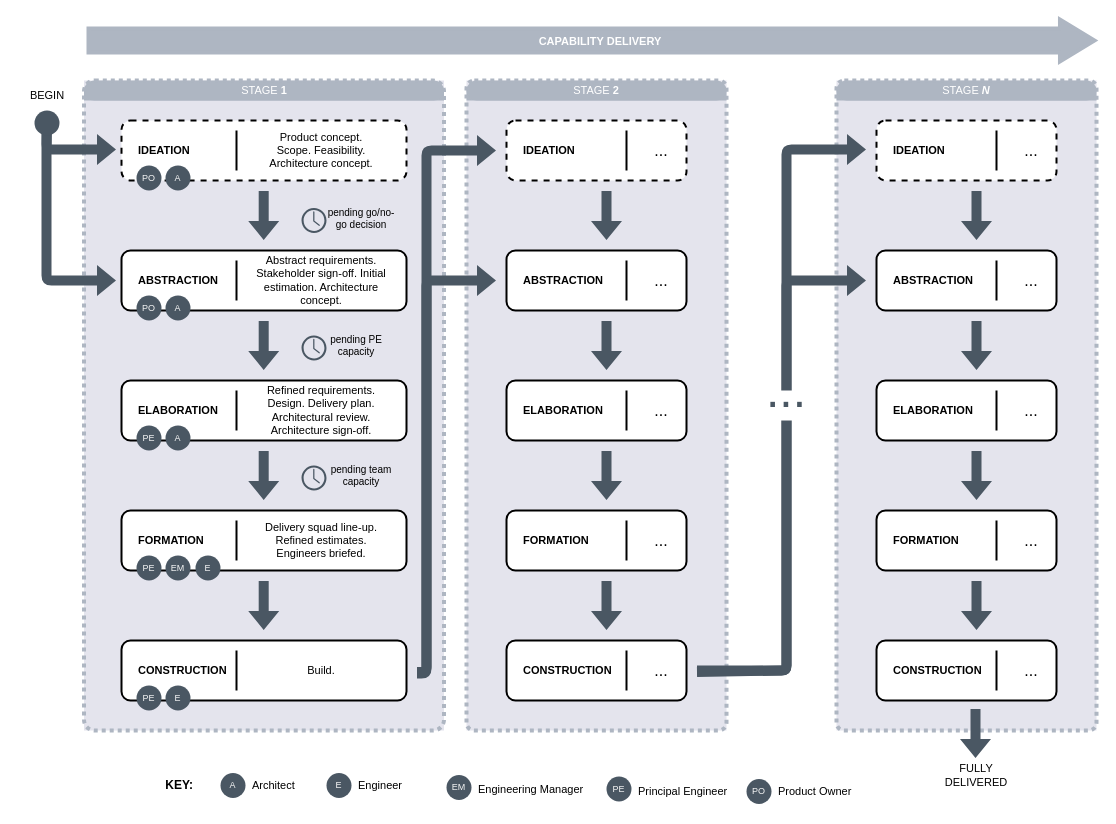
This is page "process-model" (3 of 13) of assets/diagrams.drawio from ekoutanov/CONTROL, a draw.io file, before an edit. Source tidied: cells renumbered, new cells numbered last; positions are measured from the earlier drawing's top-left corner, leaving out a move shared by most shapes. Both pictures are drawn from the tidied source at 100%, with x=0, y=0 at pixel (16, 26).
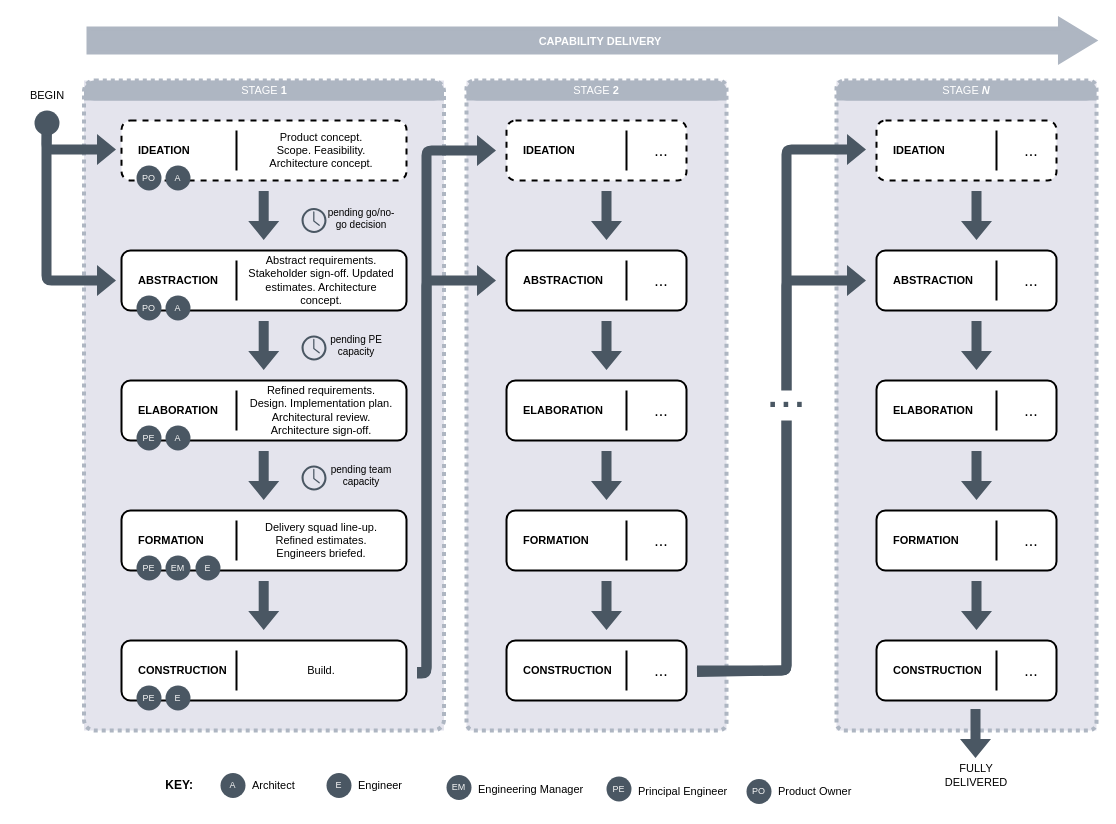
The same page after the edit.

The edit, as a diff of the source:
```diff
@@
-    <mxCell id="24" value="Abstract requirements. Stakeholder sign-off. Initial estimation. Architecture concept." style="text;html=1;align=center;verticalAlign=middle;whiteSpace=wrap;rounded=0;fontFamily=Helvetica;fontSize=11;fontColor=default;labelBackgroundColor=default;" parent="15" vertex="1">
+    <mxCell id="24" value="Abstract requirements. Stakeholder sign-off. Updated estimates. Architecture concept." style="text;html=1;align=center;verticalAlign=middle;whiteSpace=wrap;rounded=0;fontFamily=Helvetica;fontSize=11;fontColor=default;labelBackgroundColor=default;" parent="15" vertex="1">
       <mxGeometry x="230" y="224" width="150" height="60" as="geometry" />
     </mxCell>
@@
-    <mxCell id="29" value="&lt;div&gt;Refined requirements.&lt;/div&gt;&lt;div&gt;Design. Delivery plan.&lt;/div&gt;&lt;div&gt;Architectural review.&lt;/div&gt;&lt;div&gt;Architecture sign-off.&lt;/div&gt;" style="text;html=1;align=center;verticalAlign=middle;whiteSpace=wrap;rounded=0;fontFamily=Helvetica;fontSize=11;fontColor=default;labelBackgroundColor=default;" parent="15" vertex="1">
+    <mxCell id="29" value="&lt;div&gt;Refined requirements.&lt;/div&gt;&lt;div&gt;Design. Implementation plan.&lt;/div&gt;&lt;div&gt;Architectural review.&lt;/div&gt;&lt;div&gt;Architecture sign-off.&lt;/div&gt;" style="text;html=1;align=center;verticalAlign=middle;whiteSpace=wrap;rounded=0;fontFamily=Helvetica;fontSize=11;fontColor=default;labelBackgroundColor=default;" parent="15" vertex="1">
       <mxGeometry x="230" y="354" width="150" height="60" as="geometry" />
     </mxCell>
```
